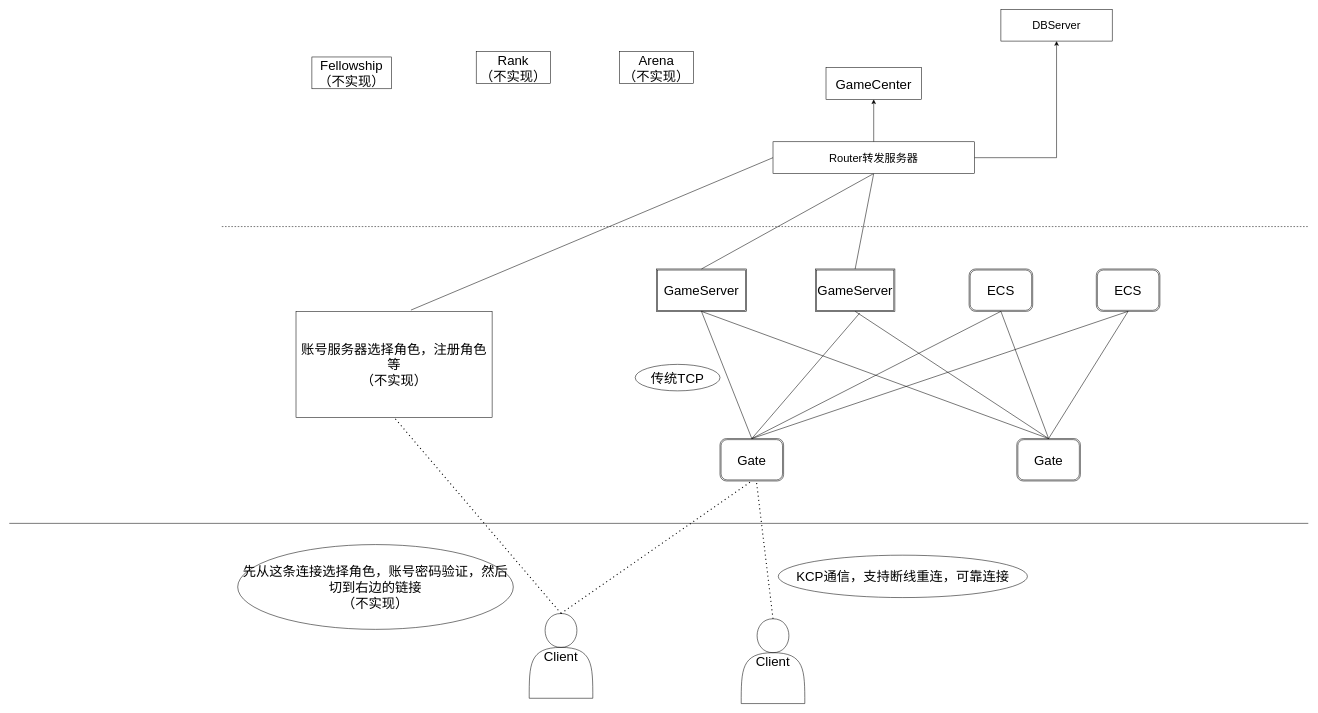
a654889339/FingerGuessGame keeps this draw.io diagram as page "Base" (1 of 5) of Doc/GameServerFrame.drawio. Above is the earlier version. Source tidied: cells renumbered, new cells numbered last; positions are measured from the earlier drawing's top-left corner, leaving out a move shared by most shapes. Both pictures are drawn from the tidied source at 53%, with x=0, y=0 at pixel (9, 9).
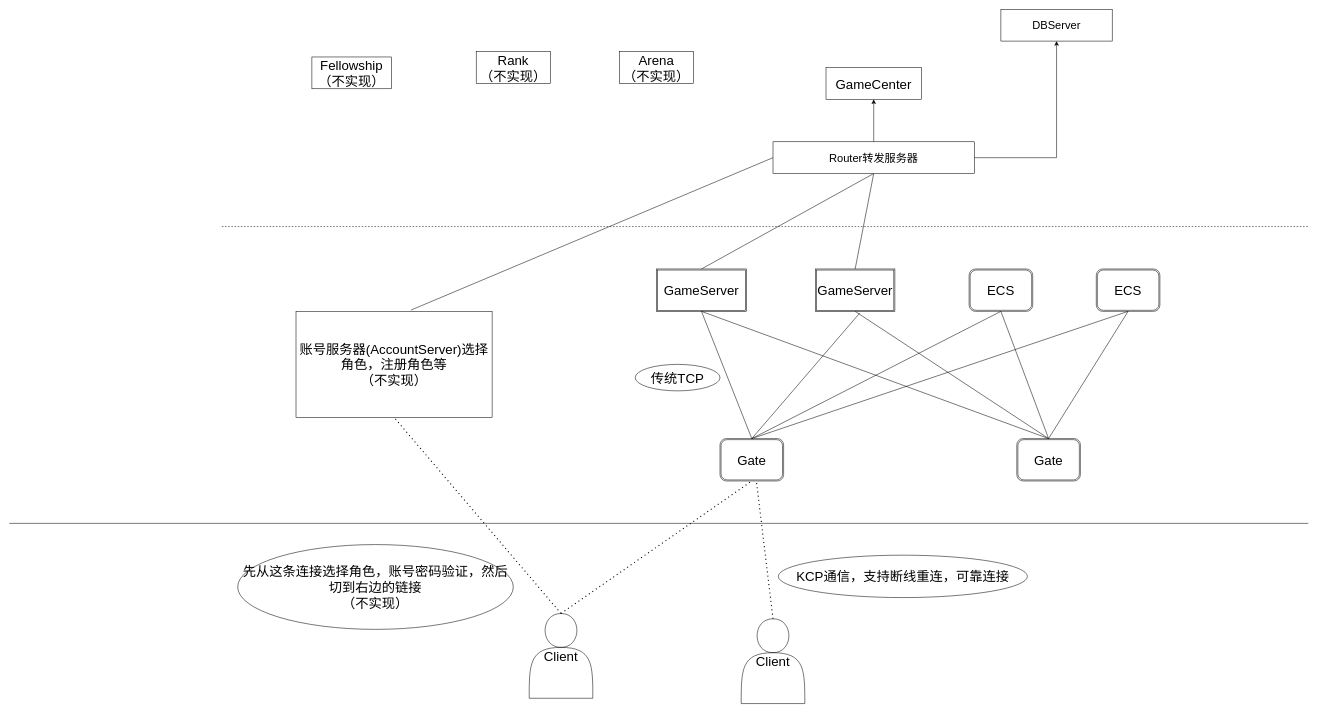
Above is the later version.

Diff of the diagram source:
```diff
@@
-    <mxCell id="30" value="账号服务器选择角色，注册角色等&lt;br&gt;（不实现）" style="rounded=0;whiteSpace=wrap;html=1;fontSize=25;" parent="1" vertex="1">
+    <mxCell id="30" value="账号服务器(AccountServer)选择角色，注册角色等&lt;br&gt;（不实现）" style="rounded=0;whiteSpace=wrap;html=1;fontSize=25;" parent="1" vertex="1">
       <mxGeometry x="541" y="570" width="370" height="200" as="geometry" />
     </mxCell>
```
